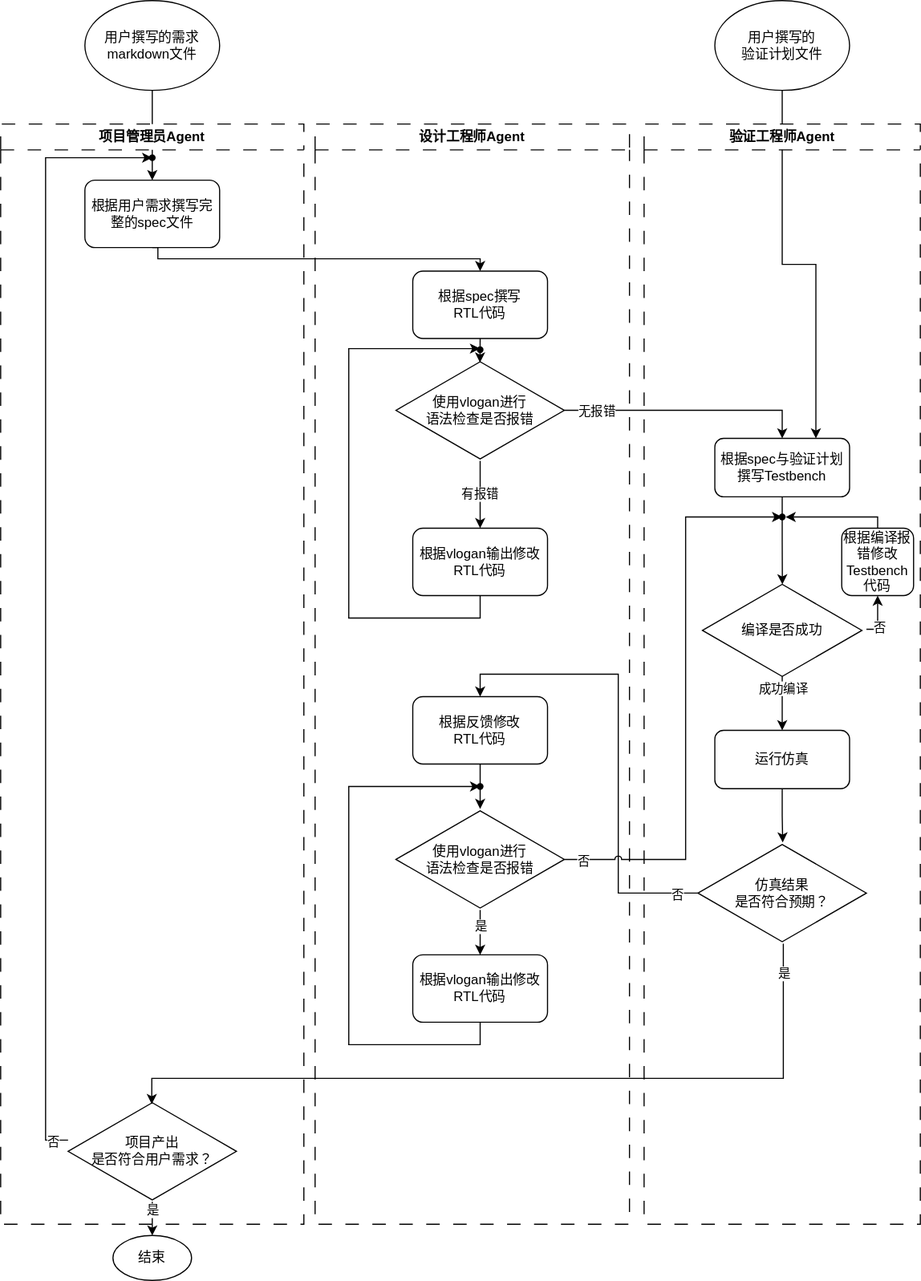
Before: doc/9-验证自动化流程设计说明/flow.drawio.svg, a diagram exported from draw.io (ME-for-Computing-Power/chaoslogic). Source tidied: cells renumbered, new cells last; positions are measured from the earlier drawing's top-left corner, leaving out a move shared by most shapes. Its diagram source:
```xml
<mxGraphModel>
  <root>
    <mxCell id="0" />
    <mxCell id="1" parent="0" />
    <mxCell id="2" style="edgeStyle=orthogonalEdgeStyle;rounded=0;jettySize=auto;html=1;entryX=0.75;entryY=0;entryDx=0;entryDy=0;" parent="1" edge="1" source="53" target="28">
      <mxGeometry relative="1" as="geometry" />
    </mxCell>
    <mxCell id="3" style="edgeStyle=orthogonalEdgeStyle;rounded=0;jettySize=auto;html=1;exitX=0.5;exitY=1;exitDx=0;exitDy=0;" parent="1" edge="1" source="4" target="6">
      <mxGeometry relative="1" as="geometry">
        <Array as="points">
          <mxPoint x="135" y="90" />
          <mxPoint x="135" y="90" />
        </Array>
      </mxGeometry>
    </mxCell>
    <mxCell id="4" value="用户撰写的需求markdown文件" style="ellipse;whiteSpace=wrap;html=1;" parent="1" vertex="1">
      <mxGeometry x="75" width="120" height="80" as="geometry" />
    </mxCell>
    <mxCell id="5" value="项目管理员Agent" style="swimlane;whiteSpace=wrap;html=1;dashed=1;dashPattern=12 12;" parent="1" vertex="1">
      <mxGeometry y="110" width="270" height="980" as="geometry" />
    </mxCell>
    <mxCell id="6" value="根据用户需求撰写完整的spec文件" style="rounded=1;whiteSpace=wrap;html=1;" parent="5" vertex="1">
      <mxGeometry x="75" y="50" width="120" height="60" as="geometry" />
    </mxCell>
    <mxCell id="7" style="edgeStyle=orthogonalEdgeStyle;rounded=0;jettySize=auto;html=1;" parent="5" edge="1" target="10">
      <mxGeometry relative="1" as="geometry">
        <mxPoint x="60" y="905" as="sourcePoint" />
        <Array as="points">
          <mxPoint x="40" y="905" />
          <mxPoint x="40" y="30" />
        </Array>
      </mxGeometry>
    </mxCell>
    <mxCell id="8" value="否" style="edgeLabel;html=1;align=center;verticalAlign=middle;" parent="7" vertex="1">
      <mxGeometry x="-0.97" y="2" relative="1" as="geometry" />
    </mxCell>
    <mxCell id="9" value="项目产出&lt;div&gt;是否符合用户需求？&lt;/div&gt;" style="html=1;whiteSpace=wrap;shape=isoRectangle;" parent="5" vertex="1">
      <mxGeometry x="60" y="870" width="150" height="90" as="geometry" />
    </mxCell>
    <mxCell id="10" style="shape=waypoint;sketch=0;fillStyle=solid;size=6;points=[];fillColor=none;perimeter=centerPerimeter;snapToPoint=1;" parent="5" vertex="1">
      <mxGeometry x="125" y="20" width="20" height="20" as="geometry" />
    </mxCell>
    <mxCell id="11" value="设计工程师Agent" style="swimlane;whiteSpace=wrap;html=1;dashed=1;dashPattern=12 12;" parent="1" vertex="1">
      <mxGeometry x="280" y="110" width="280" height="980" as="geometry" />
    </mxCell>
    <mxCell id="12" value="根据spec撰写&lt;div&gt;RTL代码&lt;/div&gt;" style="rounded=1;whiteSpace=wrap;html=1;" parent="11" vertex="1">
      <mxGeometry x="87" y="131" width="120" height="60" as="geometry" />
    </mxCell>
    <mxCell id="13" value="有报错" style="edgeStyle=orthogonalEdgeStyle;rounded=0;jettySize=auto;html=1;" parent="11" edge="1" source="14" target="22">
      <mxGeometry relative="1" as="geometry" />
    </mxCell>
    <mxCell id="14" value="使用vlogan&lt;span style=&quot;background-color: transparent; color: light-dark(rgb(0, 0, 0), rgb(255, 255, 255));&quot;&gt;进行&lt;/span&gt;&lt;div&gt;&lt;span style=&quot;background-color: transparent; color: light-dark(rgb(0, 0, 0), rgb(255, 255, 255));&quot;&gt;语法检查是否报错&lt;/span&gt;&lt;/div&gt;" style="html=1;whiteSpace=wrap;shape=isoRectangle;" parent="11" vertex="1">
      <mxGeometry x="72" y="210" width="150" height="90" as="geometry" />
    </mxCell>
    <mxCell id="15" style="edgeStyle=orthogonalEdgeStyle;rounded=0;jettySize=auto;html=1;exitX=0.5;exitY=1;exitDx=0;exitDy=0;" parent="11" edge="1" source="16" target="19">
      <mxGeometry relative="1" as="geometry" />
    </mxCell>
    <mxCell id="16" value="根据反馈修改&lt;div&gt;RTL代码&lt;/div&gt;" style="rounded=1;whiteSpace=wrap;html=1;" parent="11" vertex="1">
      <mxGeometry x="87" y="510" width="120" height="60" as="geometry" />
    </mxCell>
    <mxCell id="17" style="edgeStyle=orthogonalEdgeStyle;rounded=0;jettySize=auto;html=1;entryX=0.5;entryY=0;entryDx=0;entryDy=0;" parent="11" edge="1" source="19" target="24">
      <mxGeometry relative="1" as="geometry" />
    </mxCell>
    <mxCell id="18" value="是" style="edgeLabel;html=1;align=center;verticalAlign=middle;" parent="17" vertex="1">
      <mxGeometry x="-0.28" y="2" relative="1" as="geometry">
        <mxPoint x="-2" as="offset" />
      </mxGeometry>
    </mxCell>
    <mxCell id="19" value="使用vlogan&lt;span style=&quot;background-color: transparent; color: light-dark(rgb(0, 0, 0), rgb(255, 255, 255));&quot;&gt;进行&lt;/span&gt;&lt;div&gt;&lt;span style=&quot;background-color: transparent; color: light-dark(rgb(0, 0, 0), rgb(255, 255, 255));&quot;&gt;语法检查是否报错&lt;/span&gt;&lt;/div&gt;" style="html=1;whiteSpace=wrap;shape=isoRectangle;" parent="11" vertex="1">
      <mxGeometry x="72" y="610" width="150" height="90" as="geometry" />
    </mxCell>
    <mxCell id="20" style="edgeStyle=orthogonalEdgeStyle;rounded=0;jettySize=auto;html=1;exitX=0.5;exitY=1;exitDx=0;exitDy=0;entryX=0.499;entryY=0.027;entryDx=0;entryDy=0;entryPerimeter=0;" parent="11" edge="1" source="12" target="14">
      <mxGeometry relative="1" as="geometry" />
    </mxCell>
    <mxCell id="21" style="edgeStyle=orthogonalEdgeStyle;rounded=0;jettySize=auto;html=1;exitX=0.5;exitY=1;exitDx=0;exitDy=0;" parent="11" edge="1" source="22">
      <mxGeometry relative="1" as="geometry">
        <mxPoint x="146.9" y="200" as="targetPoint" />
        <Array as="points">
          <mxPoint x="147" y="440" />
          <mxPoint x="30" y="440" />
          <mxPoint x="30" y="200" />
        </Array>
      </mxGeometry>
    </mxCell>
    <mxCell id="22" value="根据vlogan输出修改RTL代码" style="rounded=1;whiteSpace=wrap;html=1;" parent="11" vertex="1">
      <mxGeometry x="87" y="360" width="120" height="60" as="geometry" />
    </mxCell>
    <mxCell id="23" style="edgeStyle=orthogonalEdgeStyle;rounded=0;jettySize=auto;html=1;" parent="11" edge="1" source="24" target="26">
      <mxGeometry relative="1" as="geometry">
        <Array as="points">
          <mxPoint x="147" y="820" />
          <mxPoint x="30" y="820" />
          <mxPoint x="30" y="590" />
        </Array>
      </mxGeometry>
    </mxCell>
    <mxCell id="24" value="根据vlogan输出修改RTL代码" style="rounded=1;whiteSpace=wrap;html=1;" parent="11" vertex="1">
      <mxGeometry x="87" y="740" width="120" height="60" as="geometry" />
    </mxCell>
    <mxCell id="25" style="shape=waypoint;sketch=0;fillStyle=solid;size=6;fillColor=none;perimeter=centerPerimeter;" parent="11" vertex="1">
      <mxGeometry x="137" y="191" width="20" height="20" as="geometry" />
    </mxCell>
    <mxCell id="26" style="shape=waypoint;sketch=0;fillStyle=solid;size=6;points=[];fillColor=none;perimeter=centerPerimeter;snapToPoint=1;" parent="11" vertex="1">
      <mxGeometry x="137" y="580" width="20" height="20" as="geometry" />
    </mxCell>
    <mxCell id="27" value="验证工程师Agent" style="swimlane;whiteSpace=wrap;html=1;dashed=1;dashPattern=12 12;" parent="1" vertex="1">
      <mxGeometry x="573" y="110" width="246" height="980" as="geometry" />
    </mxCell>
    <mxCell id="28" value="根据spec与验证计划撰写&lt;span style=&quot;background-color: transparent; color: light-dark(rgb(0, 0, 0), rgb(255, 255, 255));&quot;&gt;Testbench&lt;/span&gt;" style="rounded=1;whiteSpace=wrap;html=1;" parent="27" vertex="1">
      <mxGeometry x="63" y="280" width="120" height="52" as="geometry" />
    </mxCell>
    <mxCell id="29" style="edgeStyle=orthogonalEdgeStyle;rounded=0;jettySize=auto;html=1;entryX=0.5;entryY=0;entryDx=0;entryDy=0;" parent="27" edge="1" source="33" target="34">
      <mxGeometry relative="1" as="geometry" />
    </mxCell>
    <mxCell id="30" value="成功编译" style="edgeLabel;html=1;align=center;verticalAlign=middle;" parent="29" vertex="1">
      <mxGeometry x="-0.58" relative="1" as="geometry" />
    </mxCell>
    <mxCell id="31" style="edgeStyle=orthogonalEdgeStyle;rounded=0;jettySize=auto;html=1;entryX=0.5;entryY=1;entryDx=0;entryDy=0;" parent="27" edge="1" source="33" target="39">
      <mxGeometry relative="1" as="geometry">
        <Array as="points">
          <mxPoint x="208" y="450" />
        </Array>
      </mxGeometry>
    </mxCell>
    <mxCell id="32" value="否" style="edgeLabel;html=1;align=center;verticalAlign=middle;" parent="31" vertex="1">
      <mxGeometry x="-0.16" relative="1" as="geometry">
        <mxPoint x="1" y="5" as="offset" />
      </mxGeometry>
    </mxCell>
    <mxCell id="33" value="编译是否成功" style="html=1;whiteSpace=wrap;shape=isoRectangle;" parent="27" vertex="1">
      <mxGeometry x="48" y="410" width="150" height="82" as="geometry" />
    </mxCell>
    <mxCell id="34" value="运行仿真" style="rounded=1;whiteSpace=wrap;html=1;" parent="27" vertex="1">
      <mxGeometry x="63" y="540" width="120" height="52" as="geometry" />
    </mxCell>
    <mxCell id="35" value="仿真结果&lt;div&gt;是否符合预期？&lt;/div&gt;" style="html=1;whiteSpace=wrap;shape=isoRectangle;" parent="27" vertex="1">
      <mxGeometry x="48" y="640" width="150" height="90" as="geometry" />
    </mxCell>
    <mxCell id="36" style="edgeStyle=orthogonalEdgeStyle;rounded=0;jettySize=auto;html=1;exitX=0.5;exitY=1;exitDx=0;exitDy=0;entryX=0.501;entryY=0;entryDx=0;entryDy=0;entryPerimeter=0;" parent="27" edge="1" source="28" target="33">
      <mxGeometry relative="1" as="geometry" />
    </mxCell>
    <mxCell id="37" style="edgeStyle=orthogonalEdgeStyle;rounded=0;jettySize=auto;html=1;exitX=0.5;exitY=1;exitDx=0;exitDy=0;entryX=0.503;entryY=-0.001;entryDx=0;entryDy=0;entryPerimeter=0;" parent="27" edge="1" source="34" target="35">
      <mxGeometry relative="1" as="geometry" />
    </mxCell>
    <mxCell id="38" style="edgeStyle=orthogonalEdgeStyle;rounded=0;jettySize=auto;html=1;flowAnimation=0;shadow=0;" parent="27" edge="1" source="39">
      <mxGeometry relative="1" as="geometry">
        <mxPoint x="126" y="350" as="targetPoint" />
        <Array as="points">
          <mxPoint x="208" y="350" />
        </Array>
      </mxGeometry>
    </mxCell>
    <mxCell id="39" value="根据编译报错修改Testbench代码" style="rounded=1;whiteSpace=wrap;html=1;" parent="27" vertex="1">
      <mxGeometry x="176" y="360" width="64" height="60" as="geometry" />
    </mxCell>
    <mxCell id="40" style="shape=waypoint;sketch=0;fillStyle=solid;size=6;points=[];fillColor=none;perimeter=centerPerimeter;snapToPoint=1;" parent="27" vertex="1">
      <mxGeometry x="113" y="340" width="20" height="20" as="geometry" />
    </mxCell>
    <mxCell id="41" style="edgeStyle=orthogonalEdgeStyle;rounded=0;jettySize=auto;html=1;exitX=0.5;exitY=1;exitDx=0;exitDy=0;" parent="1" edge="1" source="6" target="12">
      <mxGeometry relative="1" as="geometry">
        <Array as="points">
          <mxPoint x="140" y="230" />
          <mxPoint x="427" y="230" />
        </Array>
      </mxGeometry>
    </mxCell>
    <mxCell id="42" style="edgeStyle=orthogonalEdgeStyle;rounded=0;jettySize=auto;html=1;entryX=0.5;entryY=0;entryDx=0;entryDy=0;" parent="1" edge="1" source="14" target="28">
      <mxGeometry relative="1" as="geometry" />
    </mxCell>
    <mxCell id="43" value="无报错" style="edgeLabel;html=1;align=center;verticalAlign=middle;" parent="42" vertex="1">
      <mxGeometry x="-0.83" y="1" relative="1" as="geometry">
        <mxPoint x="9" y="1" as="offset" />
      </mxGeometry>
    </mxCell>
    <mxCell id="44" style="edgeStyle=orthogonalEdgeStyle;rounded=0;jettySize=auto;html=1;entryX=0.5;entryY=0;entryDx=0;entryDy=0;" parent="1" edge="1" source="35" target="16">
      <mxGeometry relative="1" as="geometry">
        <Array as="points">
          <mxPoint x="550" y="795" />
          <mxPoint x="550" y="600" />
          <mxPoint x="427" y="600" />
        </Array>
      </mxGeometry>
    </mxCell>
    <mxCell id="45" value="否" style="edgeLabel;html=1;align=center;verticalAlign=middle;" parent="44" vertex="1">
      <mxGeometry x="-0.91" y="1" relative="1" as="geometry" />
    </mxCell>
    <mxCell id="46" style="edgeStyle=orthogonalEdgeStyle;rounded=0;jettySize=auto;html=1;entryX=0.497;entryY=0.033;entryDx=0;entryDy=0;entryPerimeter=0;" parent="1" edge="1" source="35" target="9">
      <mxGeometry relative="1" as="geometry">
        <Array as="points">
          <mxPoint x="697" y="960" />
          <mxPoint x="135" y="960" />
          <mxPoint x="135" y="983" />
        </Array>
      </mxGeometry>
    </mxCell>
    <mxCell id="47" value="是" style="edgeLabel;html=1;align=center;verticalAlign=middle;" parent="46" vertex="1">
      <mxGeometry x="-0.93" relative="1" as="geometry" />
    </mxCell>
    <mxCell id="48" value="结束" style="ellipse;whiteSpace=wrap;html=1;" parent="1" vertex="1">
      <mxGeometry x="100" y="1100" width="70" height="40" as="geometry" />
    </mxCell>
    <mxCell id="49" style="edgeStyle=orthogonalEdgeStyle;rounded=0;jettySize=auto;html=1;" parent="1" edge="1" source="9" target="48">
      <mxGeometry relative="1" as="geometry" />
    </mxCell>
    <mxCell id="50" value="是" style="edgeLabel;html=1;align=center;verticalAlign=middle;" parent="49" vertex="1">
      <mxGeometry x="-0.71" relative="1" as="geometry" />
    </mxCell>
    <mxCell id="51" style="edgeStyle=orthogonalEdgeStyle;rounded=0;jettySize=auto;html=1;jumpStyle=arc;" parent="1" edge="1" source="19" target="40">
      <mxGeometry relative="1" as="geometry">
        <Array as="points">
          <mxPoint x="610" y="765" />
          <mxPoint x="610" y="460" />
        </Array>
      </mxGeometry>
    </mxCell>
    <mxCell id="52" value="否" style="edgeLabel;html=1;align=center;verticalAlign=middle;" parent="51" vertex="1">
      <mxGeometry x="-0.94" y="-1" relative="1" as="geometry" />
    </mxCell>
    <mxCell id="53" value="用户撰写的&lt;div&gt;验证计划文件&lt;/div&gt;" style="ellipse;whiteSpace=wrap;html=1;" parent="1" vertex="1">
      <mxGeometry x="636" width="120" height="80" as="geometry" />
    </mxCell>
  </root>
</mxGraphModel>
```
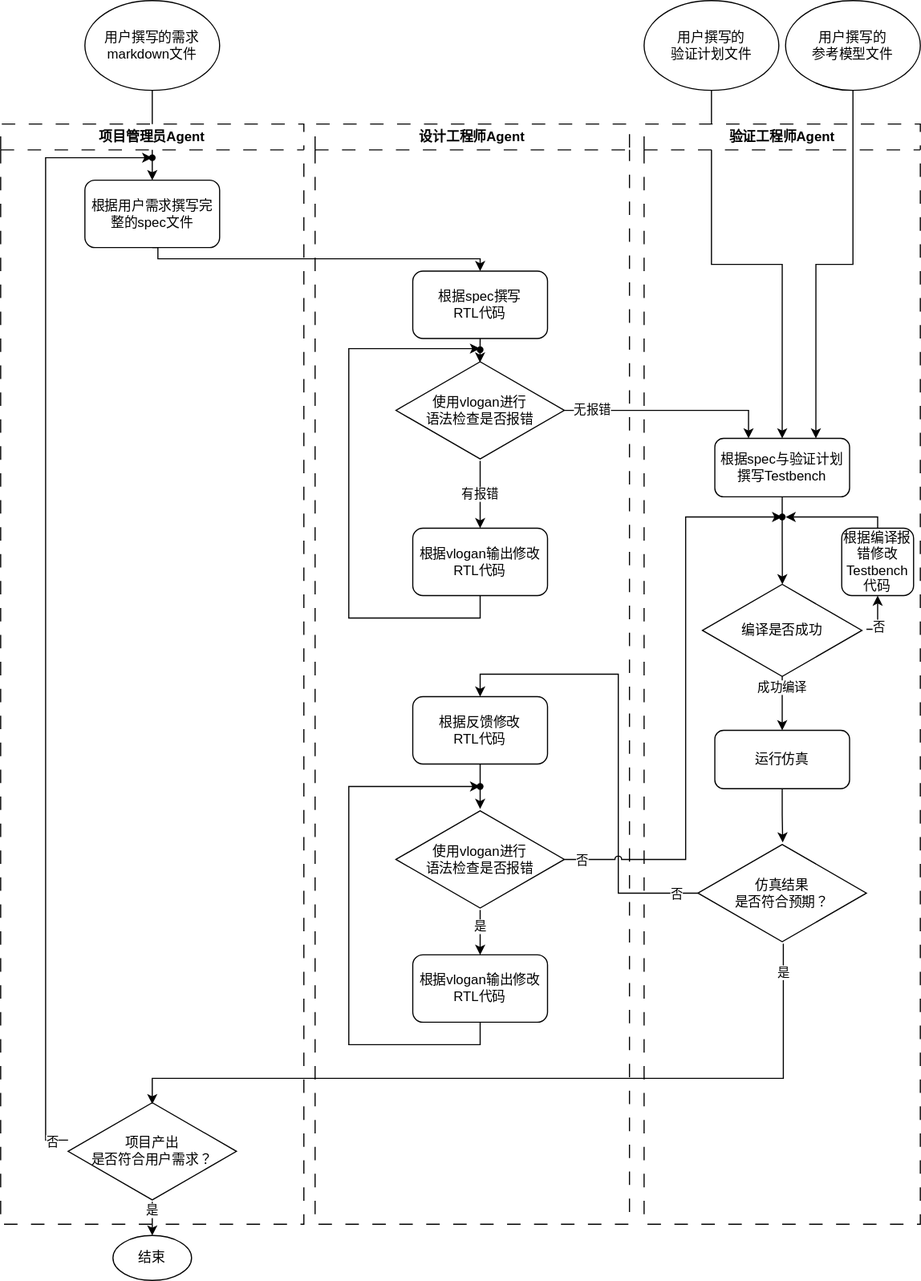
After the change.

Commit message:
update flow diagram

Diff of the diagram source:
```diff
@@ -2,7 +2,7 @@
   <root>
     <mxCell id="0" />
     <mxCell id="1" parent="0" />
-    <mxCell id="2" style="edgeStyle=orthogonalEdgeStyle;rounded=0;jettySize=auto;html=1;entryX=0.75;entryY=0;entryDx=0;entryDy=0;" parent="1" edge="1" source="53" target="28">
+    <mxCell id="2" style="edgeStyle=orthogonalEdgeStyle;rounded=0;jettySize=auto;html=1;entryX=0.5;entryY=0;entryDx=0;entryDy=0;" parent="1" edge="1" source="53" target="28">
       <mxGeometry relative="1" as="geometry" />
     </mxCell>
     <mxCell id="3" style="edgeStyle=orthogonalEdgeStyle;rounded=0;jettySize=auto;html=1;exitX=0.5;exitY=1;exitDx=0;exitDy=0;" parent="1" edge="1" source="4" target="6">
@@ -164,7 +164,7 @@
         </Array>
       </mxGeometry>
     </mxCell>
-    <mxCell id="42" style="edgeStyle=orthogonalEdgeStyle;rounded=0;jettySize=auto;html=1;entryX=0.5;entryY=0;entryDx=0;entryDy=0;" parent="1" edge="1" source="14" target="28">
+    <mxCell id="42" style="edgeStyle=orthogonalEdgeStyle;rounded=0;jettySize=auto;html=1;entryX=0.25;entryY=0;entryDx=0;entryDy=0;" parent="1" edge="1" source="14" target="28">
       <mxGeometry relative="1" as="geometry" />
     </mxCell>
     <mxCell id="43" value="无报错" style="edgeLabel;html=1;align=center;verticalAlign=middle;" parent="42" vertex="1">
@@ -217,7 +217,13 @@
       <mxGeometry x="-0.94" y="-1" relative="1" as="geometry" />
     </mxCell>
     <mxCell id="53" value="用户撰写的&lt;div&gt;验证计划文件&lt;/div&gt;" style="ellipse;whiteSpace=wrap;html=1;" parent="1" vertex="1">
-      <mxGeometry x="636" width="120" height="80" as="geometry" />
+      <mxGeometry x="573" width="120" height="80" as="geometry" />
     </mxCell>
+    <mxCell id="54" style="edgeStyle=orthogonalEdgeStyle;rounded=0;jettySize=auto;html=1;exitX=0.5;exitY=1;exitDx=0;exitDy=0;entryX=0.75;entryY=0;entryDx=0;entryDy=0;" parent="1" edge="1" source="55" target="28">
+      <mxGeometry relative="1" as="geometry" />
+    </mxCell>
+    <mxCell id="55" value="用户撰写的&lt;div&gt;参考模型文件&lt;/div&gt;" style="ellipse;whiteSpace=wrap;html=1;" parent="1" vertex="1">
+      <mxGeometry x="699" width="120" height="80" as="geometry" />
+    </mxCell>
   </root>
 </mxGraphModel>
```
